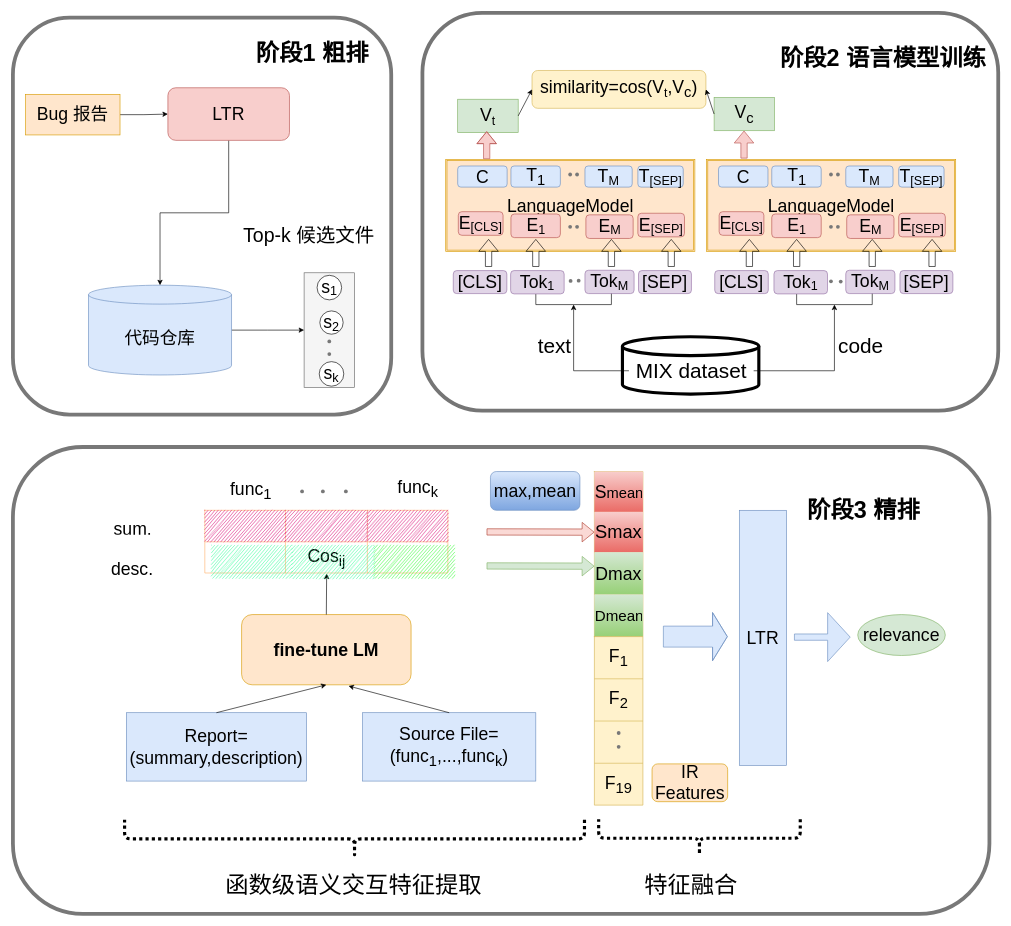
Above: 第三章设计架构图.drawio in hangdj/BERT-PLI-IJCAI2020 (draw.io), before the change. Source tidied: cells renumbered, new cells numbered last; positions are measured from the earlier drawing's top-left corner, leaving out a move shared by most shapes. Both pictures are drawn from the tidied source at 63%, with x=0, y=0 at pixel (13, 13).
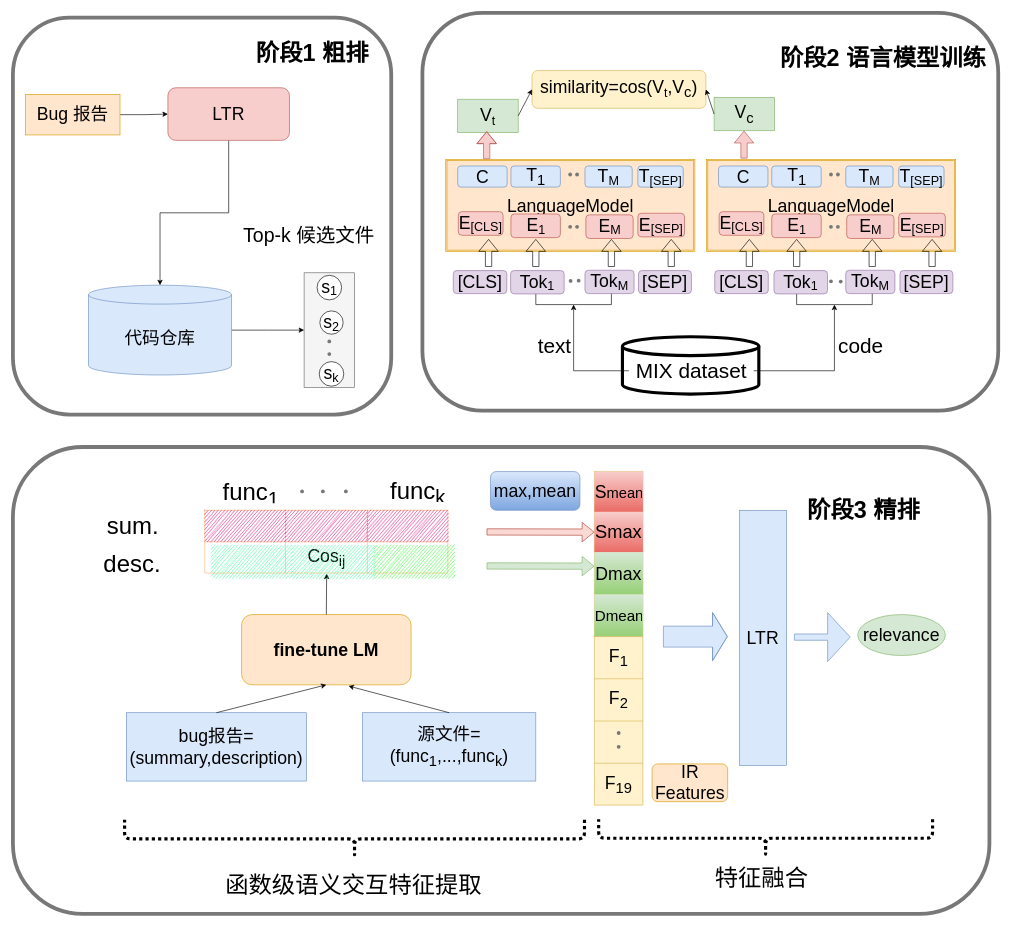
After the change.

Commit message (it also covers changes not shown here):
Update 第三章设计架构图.drawio

The edit, as a diff of the source:
```diff
@@
-    <mxCell id="28" value="&lt;font style=&quot;font-size: 28px&quot;&gt;Report=(summary,description)&lt;/font&gt;" style="text;html=1;strokeColor=#6c8ebf;fillColor=#dae8fc;align=center;verticalAlign=middle;whiteSpace=wrap;overflow=hidden;" parent="1" vertex="1">
+    <mxCell id="28" value="&lt;font style=&quot;font-size: 28px&quot;&gt;bug报告=(summary,description)&lt;/font&gt;" style="text;html=1;strokeColor=#6c8ebf;fillColor=#dae8fc;align=center;verticalAlign=middle;whiteSpace=wrap;overflow=hidden;" parent="1" vertex="1">
       <mxGeometry x="180" y="1110.8" width="286" height="108.5" as="geometry" />
     </mxCell>
-    <mxCell id="29" value="&lt;font style=&quot;font-size: 28px&quot;&gt;Source File=(func&lt;sub&gt;1&lt;/sub&gt;,...,func&lt;sub&gt;k&lt;/sub&gt;)&lt;/font&gt;" style="text;html=1;strokeColor=#6c8ebf;fillColor=#dae8fc;align=center;verticalAlign=middle;whiteSpace=wrap;overflow=hidden;" parent="1" vertex="1">
+    <mxCell id="29" value="&lt;font style=&quot;font-size: 28px&quot;&gt;源文件=(func&lt;sub&gt;1&lt;/sub&gt;,...,func&lt;sub&gt;k&lt;/sub&gt;)&lt;/font&gt;" style="text;html=1;strokeColor=#6c8ebf;fillColor=#dae8fc;align=center;verticalAlign=middle;whiteSpace=wrap;overflow=hidden;" parent="1" vertex="1">
       <mxGeometry x="555" y="1110.8" width="275" height="108.5" as="geometry" />
     </mxCell>
-    <mxCell id="30" value="&lt;font style=&quot;font-size: 28px&quot;&gt;sum.&lt;/font&gt;" style="text;html=1;strokeColor=none;fillColor=none;align=center;verticalAlign=middle;whiteSpace=wrap;overflow=hidden;" parent="1" vertex="1">
-      <mxGeometry x="142.5" y="799.5" width="94.5" height="30" as="geometry" />
+    <mxCell id="30" value="&lt;font style=&quot;font-size: 38px&quot;&gt;sum.&lt;/font&gt;" style="text;html=1;strokeColor=none;fillColor=none;align=center;verticalAlign=middle;whiteSpace=wrap;overflow=hidden;" parent="1" vertex="1">
+      <mxGeometry x="142.5" y="790" width="94.5" height="39.5" as="geometry" />
     </mxCell>
-    <mxCell id="31" value="&lt;font style=&quot;font-size: 28px&quot;&gt;desc.&lt;/font&gt;" style="text;html=1;strokeColor=none;fillColor=none;align=center;verticalAlign=middle;whiteSpace=wrap;overflow=hidden;" parent="1" vertex="1">
-      <mxGeometry x="129.2" y="863" width="121" height="34" as="geometry" />
+    <mxCell id="31" value="&lt;font style=&quot;font-size: 38px&quot;&gt;desc.&lt;/font&gt;" style="text;html=1;strokeColor=none;fillColor=none;align=center;verticalAlign=middle;whiteSpace=wrap;overflow=hidden;" parent="1" vertex="1">
+      <mxGeometry x="129.2" y="850" width="121" height="47" as="geometry" />
     </mxCell>
-    <mxCell id="32" value="&lt;font style=&quot;font-size: 28px&quot;&gt;&lt;font style=&quot;font-size: 28px&quot;&gt;func&lt;/font&gt;&lt;font style=&quot;font-size: 28px&quot;&gt;&lt;sub&gt;k&lt;/sub&gt;&lt;/font&gt;&lt;/font&gt;" style="text;html=1;strokeColor=none;fillColor=none;align=center;verticalAlign=middle;whiteSpace=wrap;overflow=hidden;" parent="1" vertex="1">
+    <mxCell id="32" value="&lt;font style=&quot;font-size: 38px&quot;&gt;&lt;font style=&quot;font-size: 38px&quot;&gt;func&lt;/font&gt;&lt;font style=&quot;font-size: 38px&quot;&gt;&lt;sub&gt;k&lt;/sub&gt;&lt;/font&gt;&lt;/font&gt;" style="text;html=1;strokeColor=none;fillColor=none;align=center;verticalAlign=middle;whiteSpace=wrap;overflow=hidden;" parent="1" vertex="1">
       <mxGeometry x="579.5" y="734" width="125.5" height="44" as="geometry" />
     </mxCell>
@@
-    <mxCell id="120" value="&lt;font style=&quot;font-size: 28px&quot;&gt;&lt;font style=&quot;font-size: 28px&quot;&gt;func&lt;sub&gt;1&lt;/sub&gt;&lt;/font&gt;&lt;/font&gt;" style="text;html=1;strokeColor=none;fillColor=none;align=center;verticalAlign=middle;whiteSpace=wrap;overflow=hidden;" parent="1" vertex="1">
+    <mxCell id="120" value="&lt;font style=&quot;font-size: 38px&quot;&gt;&lt;font style=&quot;font-size: 38px&quot;&gt;func&lt;sub&gt;1&lt;/sub&gt;&lt;/font&gt;&lt;/font&gt;" style="text;html=1;strokeColor=none;fillColor=none;align=center;verticalAlign=middle;whiteSpace=wrap;overflow=hidden;" parent="1" vertex="1">
       <mxGeometry x="315" y="735.5" width="125.5" height="44" as="geometry" />
     </mxCell>
@@
     <mxCell id="136" style="shape=curlyBracket;whiteSpace=wrap;html=1;rounded=1;flipH=1;fontSize=37;rotation=90;strokeWidth=5;dashed=1;dashPattern=1 1;" parent="1" vertex="1">
-      <mxGeometry x="1059.5" y="1150" width="60.5" height="320" as="geometry" />
+      <mxGeometry x="1164.5" y="1045" width="60.5" height="530" as="geometry" />
     </mxCell>
     <mxCell id="137" value="特征融合" style="text;html=1;strokeColor=none;fillColor=none;align=center;verticalAlign=middle;whiteSpace=wrap;rounded=0;fontSize=37;" parent="1" vertex="1">
-      <mxGeometry x="985.5" y="1370" width="180.5" height="30" as="geometry" />
+      <mxGeometry x="1098" y="1360" width="180.5" height="30" as="geometry" />
     </mxCell>
```
